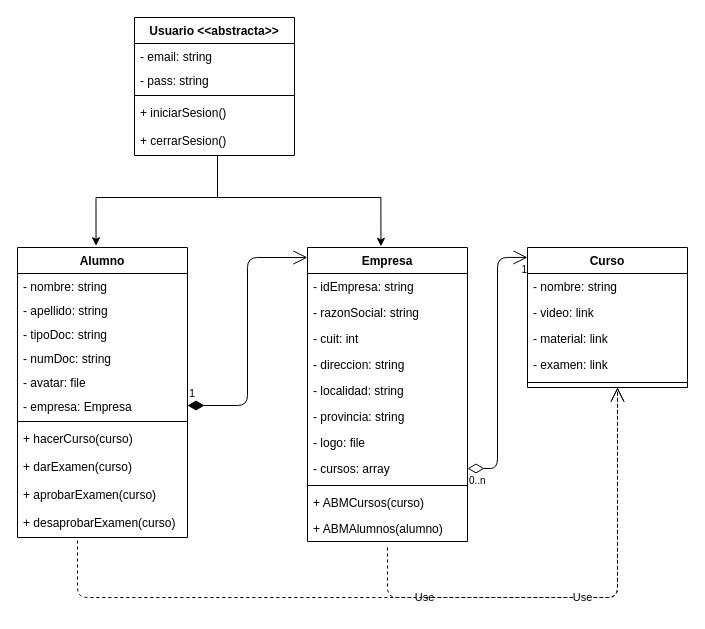
The draw.io diagram draws/CAPACITACION UML.drawio in guilledp/Proyecto, before the edit. Source tidied: cells renumbered, new cells numbered last; positions are measured from the earlier drawing's top-left corner, leaving out a move shared by most shapes. Both pictures are drawn from the tidied source at 100%, with x=0, y=0 at pixel (17, 17).
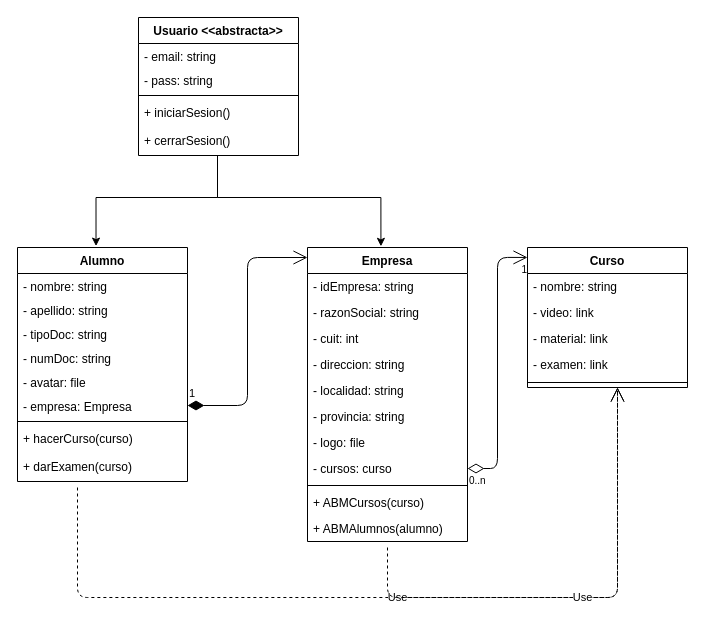
The same diagram, later.

Unchanged cells that the change refers to:
```xml
<mxCell id="20" value="Empresa" style="swimlane;fontStyle=1;align=center;verticalAlign=top;horizontal=1;startSize=26;" parent="1" vertex="1">
  <mxGeometry x="290" y="230" width="160" height="294" as="geometry" />
</mxCell>
```

Change to the diagram source:
```diff
@@
     <mxCell id="2" value="Usuario &lt;&lt;abstracta&gt;&gt;" style="swimlane;fontStyle=1;align=center;verticalAlign=top;horizontal=1;startSize=26;" parent="1" vertex="1">
-      <mxGeometry x="117" width="160" height="138" as="geometry" />
+      <mxGeometry x="121" width="160" height="138" as="geometry" />
     </mxCell>
@@
     <mxCell id="8" value="Alumno" style="swimlane;fontStyle=1;align=center;verticalAlign=top;horizontal=1;startSize=26;" parent="1" vertex="1">
-      <mxGeometry y="230" width="170" height="290" as="geometry" />
+      <mxGeometry y="230" width="170" height="234" as="geometry" />
     </mxCell>
@@
-    <mxCell id="18" value="+ aprobarExamen(curso)" style="text;strokeColor=none;fillColor=none;align=left;verticalAlign=top;spacingLeft=4;spacingRight=4;overflow=hidden;" parent="8" vertex="1">
-      <mxGeometry y="234" width="170" height="28" as="geometry" />
-    </mxCell>
-    <mxCell id="19" value="+ desaprobarExamen(curso)" style="text;strokeColor=none;fillColor=none;align=left;verticalAlign=top;spacingLeft=4;spacingRight=4;overflow=hidden;" parent="8" vertex="1">
-      <mxGeometry y="262" width="170" height="28" as="geometry" />
-    </mxCell>
@@
-    <mxCell id="28" value="- cursos: array" style="text;strokeColor=none;fillColor=none;align=left;verticalAlign=top;spacingLeft=4;spacingRight=4;overflow=hidden;points=[[0,0.5],[1,0.5]];portConstraint=eastwest;" parent="20" vertex="1">
+    <mxCell id="28" value="- cursos: curso" style="text;strokeColor=none;fillColor=none;align=left;verticalAlign=top;spacingLeft=4;spacingRight=4;overflow=hidden;points=[[0,0.5],[1,0.5]];portConstraint=eastwest;" parent="20" vertex="1">
       <mxGeometry y="208" width="160" height="26" as="geometry" />
     </mxCell>
@@
     <mxCell id="44" value="Use" style="endArrow=open;endSize=12;dashed=1;html=1;" parent="1" edge="1">
       <mxGeometry relative="1" as="geometry">
-        <mxPoint x="60" y="523" as="sourcePoint" />
+        <mxPoint x="60" y="470" as="sourcePoint" />
         <mxPoint x="600" y="370" as="targetPoint" />
         <Array as="points">
           <mxPoint x="60" y="580" />
           <mxPoint x="600" y="580" />
         </Array>
       </mxGeometry>
     </mxCell>
```
